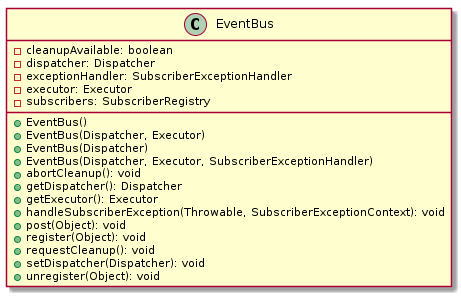
P-Kalin/kit26a keeps this PlantUML diagram as malokhvii-eduard/malokhvii05/doc/plantuml/png/ua.khpi.oop.malokhvii05.common.eventbus.publish.EventBus.png. Above is the earlier version.
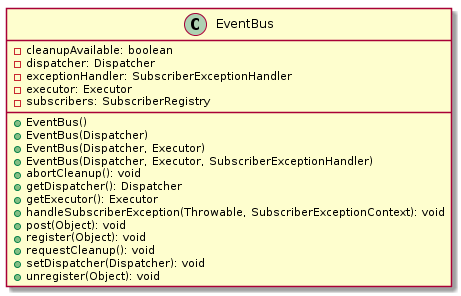
The same diagram one commit later.

The edit, as a diff of the source:
```diff
@@ -7,8 +7,8 @@
         -executor: Executor
         -subscribers: SubscriberRegistry
         +EventBus()
+        +EventBus(Dispatcher)
         +EventBus(Dispatcher, Executor)
-        +EventBus(Dispatcher)
         +EventBus(Dispatcher, Executor, SubscriberExceptionHandler)
         +abortCleanup(): void
         +getDispatcher(): Dispatcher
```
